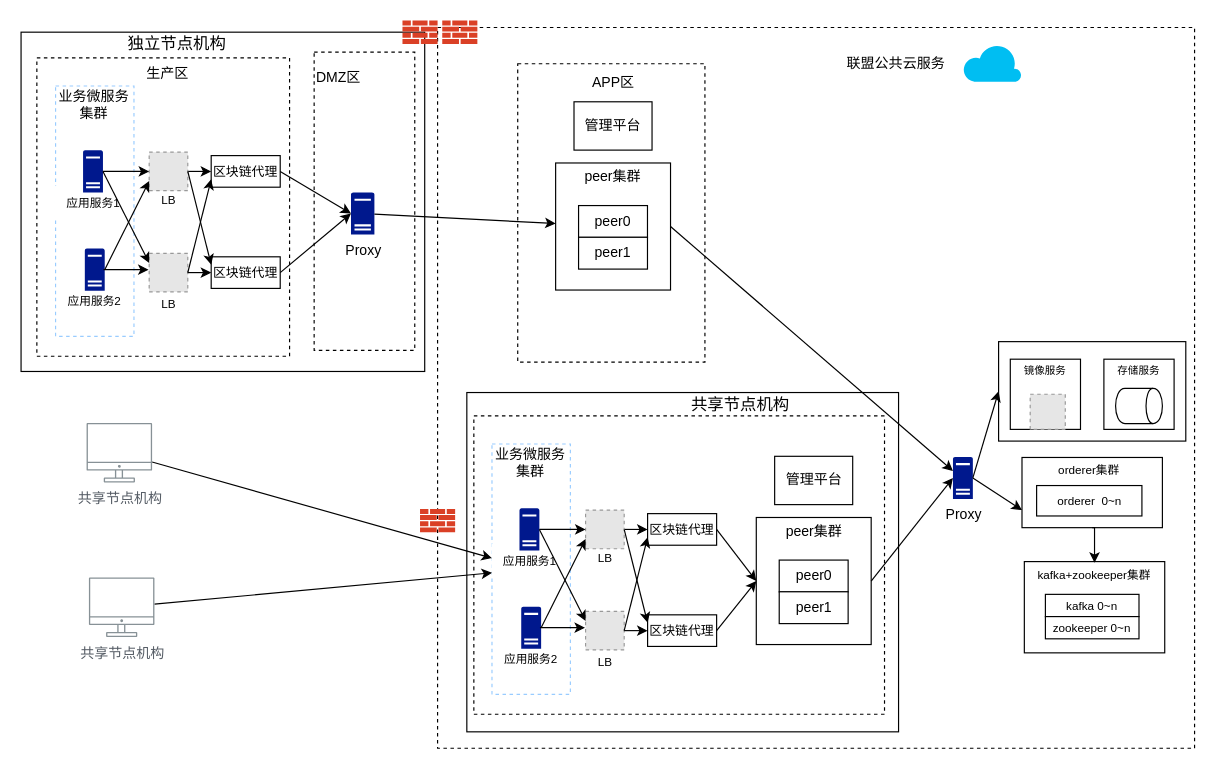
dilide/collections keeps this draw.io diagram as repository/drawio/系统关系图-ABS.drawio. Above is the earlier version. Source tidied: cells renumbered, new cells numbered last; positions are measured from the earlier drawing's top-left corner, leaving out a move shared by most shapes. Both pictures are drawn from the tidied source at 117%, with x=0, y=0 at pixel (21, 20). Pictures stored in the file or linked from it are replaced by grey dashed boxes.
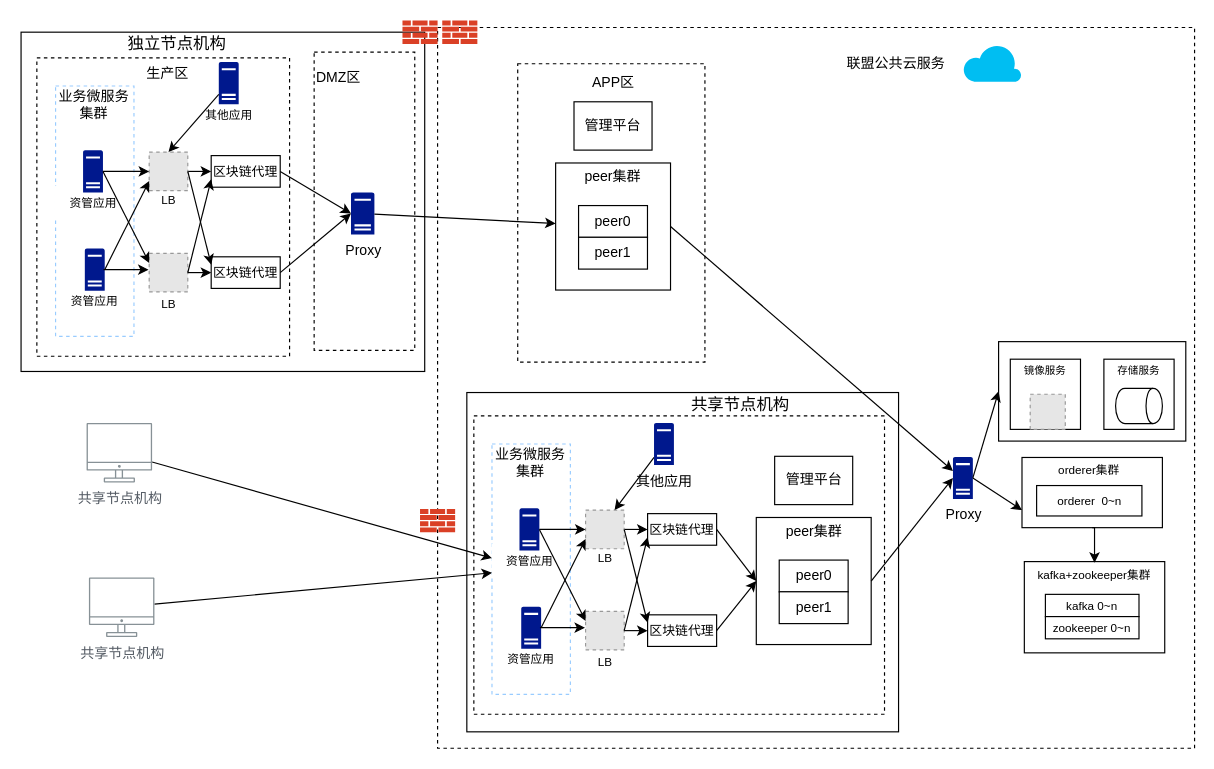
After the change.

Commit message:
更新系统关系图-ABS.drawio

Unchanged cells that the change refers to:
```xml
<mxCell id="30" style="group;" parent="1" vertex="1">
  <mxGeometry x="28.5" y="111" width="65" height="59.5" as="geometry" />
</mxCell>
<mxCell id="33" style="group;" parent="1" vertex="1">
  <mxGeometry x="30" y="195" width="65" height="59.5" as="geometry" />
</mxCell>
<mxCell id="37" style="fillColor=#E6E6E6;strokeColor=#999999;dashed=1;verticalLabelPosition=bottom;verticalAlign=top;fontSize=10;" parent="1" vertex="1">
  <mxGeometry x="109" y="112.5" width="33" height="33" as="geometry" />
</mxCell>
<mxCell id="69" style="group;" parent="1" vertex="1">
  <mxGeometry x="401.5" y="417" width="65" height="59.5" as="geometry" />
</mxCell>
<mxCell id="72" style="group;" parent="1" vertex="1">
  <mxGeometry x="403" y="501" width="65" height="59.5" as="geometry" />
</mxCell>
<mxCell id="76" style="fillColor=#E6E6E6;strokeColor=#999999;dashed=1;verticalLabelPosition=bottom;verticalAlign=top;fontSize=10;" parent="1" vertex="1">
  <mxGeometry x="482" y="418.5" width="33" height="33" as="geometry" />
</mxCell>
```

What changed in the source:
```diff
@@
-    <mxCell id="31" value="应用服务1" style="rounded=0;whiteSpace=wrap;html=1;strokeColor=none;fontSize=10;" parent="30" vertex="1">
+    <mxCell id="31" value="资管应用" style="rounded=0;whiteSpace=wrap;html=1;strokeColor=none;fontSize=10;" parent="30" vertex="1">
       <mxGeometry y="30.5" width="65" height="29" as="geometry" />
     </mxCell>
@@
-    <mxCell id="34" value="应用服务2" style="rounded=0;whiteSpace=wrap;html=1;strokeColor=none;fontSize=10;" parent="33" vertex="1">
+    <mxCell id="34" value="资管应用" style="rounded=0;whiteSpace=wrap;html=1;strokeColor=none;fontSize=10;" parent="33" vertex="1">
       <mxGeometry y="30.5" width="65" height="29" as="geometry" />
     </mxCell>
@@
-    <mxCell id="70" value="应用服务1" style="rounded=0;whiteSpace=wrap;html=1;strokeColor=none;fontSize=10;" parent="69" vertex="1">
+    <mxCell id="70" value="资管应用" style="rounded=0;whiteSpace=wrap;html=1;strokeColor=none;fontSize=10;" parent="69" vertex="1">
       <mxGeometry y="30.5" width="65" height="29" as="geometry" />
     </mxCell>
@@
-    <mxCell id="73" value="应用服务2" style="rounded=0;whiteSpace=wrap;html=1;strokeColor=none;fontSize=10;" parent="72" vertex="1">
+    <mxCell id="73" value="资管应用" style="rounded=0;whiteSpace=wrap;html=1;strokeColor=none;fontSize=10;" parent="72" vertex="1">
       <mxGeometry y="30.5" width="65" height="29" as="geometry" />
     </mxCell>
@@
+    <mxCell id="107" style="group;" parent="1" vertex="1">
+      <mxGeometry x="144.5" y="35.5" width="65" height="59.5" as="geometry" />
+    </mxCell>
+    <mxCell id="108" value="其他应用" style="rounded=0;whiteSpace=wrap;html=1;strokeColor=none;fontSize=10;" parent="107" vertex="1">
+      <mxGeometry y="30.5" width="65" height="29" as="geometry" />
+    </mxCell>
+    <mxCell id="109" style="shadow=0;dashed=0;html=1;strokeColor=none;labelPosition=center;verticalLabelPosition=bottom;verticalAlign=top;align=center;shape=mxgraph.mscae.enterprise.server_generic;fillColor=#00188D;" parent="107" vertex="1">
+      <mxGeometry x="24" width="17" height="36" as="geometry" />
+    </mxCell>
+    <mxCell id="110" style="edgeStyle=none;rounded=0;jettySize=auto;html=1;entryX=0.5;entryY=0;entryDx=0;entryDy=0;" parent="1" edge="1" source="109" target="37">
+      <mxGeometry relative="1" as="geometry" />
+    </mxCell>
+    <mxCell id="111" style="edgeStyle=none;rounded=0;jettySize=auto;html=1;entryX=0.75;entryY=0;entryDx=0;entryDy=0;" parent="1" edge="1" source="112" target="76">
+      <mxGeometry relative="1" as="geometry" />
+    </mxCell>
+    <mxCell id="112" value="其他应用" style="shadow=0;dashed=0;html=1;strokeColor=none;labelPosition=center;verticalLabelPosition=bottom;verticalAlign=top;align=center;shape=mxgraph.mscae.enterprise.server_generic;fillColor=#00188D;" parent="1" vertex="1">
+      <mxGeometry x="540.5" y="344" width="17" height="36" as="geometry" />
+    </mxCell>
```
